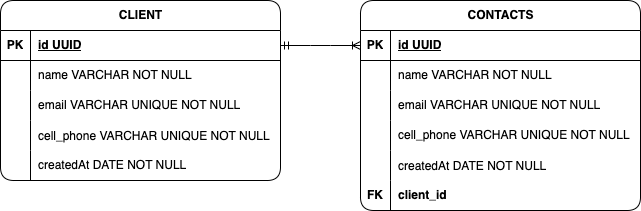
Winniebran/client-contact-fullstack keeps this draw.io diagram as back-end/diagrams.png. Above is the earlier version. Source tidied: cells renumbered, new cells last; positions are measured from the earlier drawing's top-left corner, leaving out a move shared by most shapes.
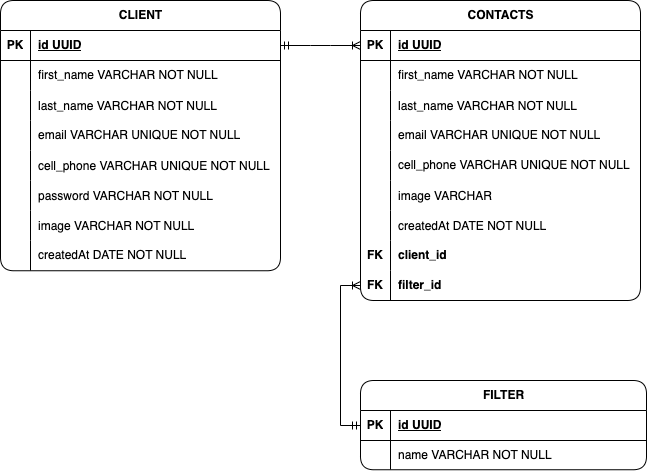
The same file after the commit.

Commit message:
feat: add new elements to the diagram

Diff of the diagram source:
```diff
@@ -3,7 +3,7 @@
     <mxCell id="0" />
     <mxCell id="1" parent="0" />
     <mxCell id="2" value="CLIENT" style="shape=table;startSize=30;rowLines=0;fontStyle=1;align=center;html=1;rounded=1;" parent="1" vertex="1">
-      <mxGeometry width="280" height="180" as="geometry" />
+      <mxGeometry width="280" height="270.2" as="geometry" />
     </mxCell>
     <mxCell id="3" style="shape=tableRow;horizontal=0;startSize=0;swimlaneHead=0;swimlaneBody=0;fillColor=none;points=[[0,0.5],[1,0.5]];portConstraint=eastwest;top=0;left=0;right=0;bottom=1;" parent="2" vertex="1">
       <mxGeometry y="30" width="280" height="30" as="geometry" />
@@ -20,11 +20,20 @@
     <mxCell id="7" style="shape=partialRectangle;fillColor=none;top=0;left=0;bottom=0;right=0;overflow=hidden;whiteSpace=wrap;html=1;" parent="6" vertex="1">
       <mxGeometry width="30" height="30" as="geometry" />
     </mxCell>
-    <mxCell id="8" value="name VARCHAR NOT NULL" style="shape=partialRectangle;fillColor=none;top=0;left=0;bottom=0;right=0;align=left;spacingLeft=6;overflow=hidden;whiteSpace=wrap;html=1;" parent="6" vertex="1">
+    <mxCell id="8" value="first_name VARCHAR NOT NULL" style="shape=partialRectangle;fillColor=none;top=0;left=0;bottom=0;right=0;align=left;spacingLeft=6;overflow=hidden;whiteSpace=wrap;html=1;" parent="6" vertex="1">
       <mxGeometry x="30" width="250" height="30" as="geometry" />
     </mxCell>
+    <mxCell id="38" style="shape=tableRow;horizontal=0;startSize=0;swimlaneHead=0;swimlaneBody=0;fillColor=none;top=0;left=0;right=0;bottom=0;" parent="2" vertex="1">
+      <mxGeometry y="90" width="280" height="30" as="geometry" />
+    </mxCell>
+    <mxCell id="39" style="shape=partialRectangle;fillColor=none;top=0;left=0;bottom=0;right=0;overflow=hidden;" parent="38" vertex="1">
+      <mxGeometry width="30" height="30" as="geometry" />
+    </mxCell>
+    <mxCell id="40" value="last_name VARCHAR NOT NULL" style="shape=partialRectangle;fillColor=none;top=0;left=0;bottom=0;right=0;align=left;spacingLeft=6;overflow=hidden;" parent="38" vertex="1">
+      <mxGeometry x="30" width="250" height="30" as="geometry" />
+    </mxCell>
     <mxCell id="9" style="shape=tableRow;horizontal=0;startSize=0;swimlaneHead=0;swimlaneBody=0;fillColor=none;top=0;left=0;right=0;bottom=0;" parent="2" vertex="1">
-      <mxGeometry y="90" width="280" height="30" as="geometry" />
+      <mxGeometry y="120" width="280" height="30" as="geometry" />
     </mxCell>
     <mxCell id="10" style="shape=partialRectangle;fillColor=none;top=0;left=0;bottom=0;right=0;overflow=hidden;whiteSpace=wrap;html=1;" parent="9" vertex="1">
       <mxGeometry width="30" height="30" as="geometry" />
@@ -33,7 +42,7 @@
       <mxGeometry x="30" width="250" height="30" as="geometry" />
     </mxCell>
     <mxCell id="12" style="shape=tableRow;horizontal=0;startSize=0;swimlaneHead=0;swimlaneBody=0;fillColor=none;top=0;left=0;right=0;bottom=0;" parent="2" vertex="1">
-      <mxGeometry y="120" width="280" height="30" as="geometry" />
+      <mxGeometry y="150" width="280" height="30" as="geometry" />
     </mxCell>
     <mxCell id="13" style="shape=partialRectangle;fillColor=none;top=0;left=0;bottom=0;right=0;overflow=hidden;" parent="12" vertex="1">
       <mxGeometry width="30" height="30" as="geometry" />
@@ -41,8 +50,26 @@
     <mxCell id="14" value="cell_phone VARCHAR UNIQUE NOT NULL" style="shape=partialRectangle;fillColor=none;top=0;left=0;bottom=0;right=0;align=left;spacingLeft=6;overflow=hidden;" parent="12" vertex="1">
       <mxGeometry x="30" width="250" height="30" as="geometry" />
     </mxCell>
+    <mxCell id="41" style="shape=tableRow;horizontal=0;startSize=0;swimlaneHead=0;swimlaneBody=0;fillColor=none;top=0;left=0;right=0;bottom=0;" parent="2" vertex="1">
+      <mxGeometry y="180" width="280" height="30" as="geometry" />
+    </mxCell>
+    <mxCell id="42" style="shape=partialRectangle;fillColor=none;top=0;left=0;bottom=0;right=0;overflow=hidden;" parent="41" vertex="1">
+      <mxGeometry width="30" height="30" as="geometry" />
+    </mxCell>
+    <mxCell id="43" value="password VARCHAR NOT NULL" style="shape=partialRectangle;fillColor=none;top=0;left=0;bottom=0;right=0;align=left;spacingLeft=6;overflow=hidden;" parent="41" vertex="1">
+      <mxGeometry x="30" width="250" height="30" as="geometry" />
+    </mxCell>
+    <mxCell id="44" style="shape=tableRow;horizontal=0;startSize=0;swimlaneHead=0;swimlaneBody=0;fillColor=none;top=0;left=0;right=0;bottom=0;" parent="2" vertex="1">
+      <mxGeometry y="210" width="280" height="30" as="geometry" />
+    </mxCell>
+    <mxCell id="45" style="shape=partialRectangle;fillColor=none;top=0;left=0;bottom=0;right=0;overflow=hidden;" parent="44" vertex="1">
+      <mxGeometry width="30" height="30" as="geometry" />
+    </mxCell>
+    <mxCell id="46" value="image VARCHAR NOT NULL" style="shape=partialRectangle;fillColor=none;top=0;left=0;bottom=0;right=0;align=left;spacingLeft=6;overflow=hidden;" parent="44" vertex="1">
+      <mxGeometry x="30" width="250" height="30" as="geometry" />
+    </mxCell>
     <mxCell id="15" style="shape=tableRow;horizontal=0;startSize=0;swimlaneHead=0;swimlaneBody=0;fillColor=none;top=0;left=0;right=0;bottom=0;" parent="2" vertex="1">
-      <mxGeometry y="150" width="280" height="30" as="geometry" />
+      <mxGeometry y="240" width="280" height="30" as="geometry" />
     </mxCell>
     <mxCell id="16" style="shape=partialRectangle;fillColor=none;top=0;left=0;bottom=0;right=0;overflow=hidden;whiteSpace=wrap;html=1;" parent="15" vertex="1">
       <mxGeometry width="30" height="30" as="geometry" />
@@ -51,7 +78,7 @@
       <mxGeometry x="30" width="250" height="30" as="geometry" />
     </mxCell>
     <mxCell id="18" value="CONTACTS" style="shape=table;startSize=30;rowLines=0;fontStyle=1;align=center;html=1;rounded=1;" parent="1" vertex="1">
-      <mxGeometry x="360" width="280" height="210" as="geometry" />
+      <mxGeometry x="360" width="280" height="300" as="geometry" />
     </mxCell>
     <mxCell id="19" style="shape=tableRow;horizontal=0;startSize=0;swimlaneHead=0;swimlaneBody=0;fillColor=none;points=[[0,0.5],[1,0.5]];portConstraint=eastwest;top=0;left=0;right=0;bottom=1;" parent="18" vertex="1">
       <mxGeometry y="30" width="280" height="30" as="geometry" />
@@ -68,11 +95,20 @@
     <mxCell id="23" style="shape=partialRectangle;fillColor=none;top=0;left=0;bottom=0;right=0;overflow=hidden;whiteSpace=wrap;html=1;" parent="22" vertex="1">
       <mxGeometry width="30" height="30" as="geometry" />
     </mxCell>
-    <mxCell id="24" value="name VARCHAR NOT NULL" style="shape=partialRectangle;fillColor=none;top=0;left=0;bottom=0;right=0;align=left;spacingLeft=6;overflow=hidden;whiteSpace=wrap;html=1;" parent="22" vertex="1">
+    <mxCell id="24" value="first_name VARCHAR NOT NULL" style="shape=partialRectangle;fillColor=none;top=0;left=0;bottom=0;right=0;align=left;spacingLeft=6;overflow=hidden;whiteSpace=wrap;html=1;" parent="22" vertex="1">
       <mxGeometry x="30" width="250" height="30" as="geometry" />
     </mxCell>
+    <mxCell id="47" style="shape=tableRow;horizontal=0;startSize=0;swimlaneHead=0;swimlaneBody=0;fillColor=none;top=0;left=0;right=0;bottom=0;" parent="18" vertex="1">
+      <mxGeometry y="90" width="280" height="30" as="geometry" />
+    </mxCell>
+    <mxCell id="48" style="shape=partialRectangle;fillColor=none;top=0;left=0;bottom=0;right=0;overflow=hidden;" parent="47" vertex="1">
+      <mxGeometry width="30" height="30" as="geometry" />
+    </mxCell>
+    <mxCell id="49" value="last_name VARCHAR NOT NULL" style="shape=partialRectangle;fillColor=none;top=0;left=0;bottom=0;right=0;align=left;spacingLeft=6;overflow=hidden;" parent="47" vertex="1">
+      <mxGeometry x="30" width="250" height="30" as="geometry" />
+    </mxCell>
     <mxCell id="25" style="shape=tableRow;horizontal=0;startSize=0;swimlaneHead=0;swimlaneBody=0;fillColor=none;top=0;left=0;right=0;bottom=0;" parent="18" vertex="1">
-      <mxGeometry y="90" width="280" height="30" as="geometry" />
+      <mxGeometry y="120" width="280" height="30" as="geometry" />
     </mxCell>
     <mxCell id="26" style="shape=partialRectangle;fillColor=none;top=0;left=0;bottom=0;right=0;overflow=hidden;whiteSpace=wrap;html=1;" parent="25" vertex="1">
       <mxGeometry width="30" height="30" as="geometry" />
@@ -81,7 +117,7 @@
       <mxGeometry x="30" width="250" height="30" as="geometry" />
     </mxCell>
     <mxCell id="28" style="shape=tableRow;horizontal=0;startSize=0;swimlaneHead=0;swimlaneBody=0;fillColor=none;top=0;left=0;right=0;bottom=0;" parent="18" vertex="1">
-      <mxGeometry y="120" width="280" height="30" as="geometry" />
+      <mxGeometry y="150" width="280" height="30" as="geometry" />
     </mxCell>
     <mxCell id="29" style="shape=partialRectangle;fillColor=none;top=0;left=0;bottom=0;right=0;overflow=hidden;whiteSpace=wrap;html=1;" parent="28" vertex="1">
       <mxGeometry width="30" height="30" as="geometry" />
@@ -89,8 +125,17 @@
     <mxCell id="30" value="cell_phone&amp;nbsp;VARCHAR UNIQUE NOT NULL" style="shape=partialRectangle;fillColor=none;top=0;left=0;bottom=0;right=0;align=left;spacingLeft=6;overflow=hidden;whiteSpace=wrap;html=1;" parent="28" vertex="1">
       <mxGeometry x="30" width="250" height="30" as="geometry" />
     </mxCell>
+    <mxCell id="50" style="shape=tableRow;horizontal=0;startSize=0;swimlaneHead=0;swimlaneBody=0;fillColor=none;top=0;left=0;right=0;bottom=0;" parent="18" vertex="1">
+      <mxGeometry y="180" width="280" height="30" as="geometry" />
+    </mxCell>
+    <mxCell id="51" style="shape=partialRectangle;fillColor=none;top=0;left=0;bottom=0;right=0;overflow=hidden;" parent="50" vertex="1">
+      <mxGeometry width="30" height="30" as="geometry" />
+    </mxCell>
+    <mxCell id="52" value="image VARCHAR " style="shape=partialRectangle;fillColor=none;top=0;left=0;bottom=0;right=0;align=left;spacingLeft=6;overflow=hidden;" parent="50" vertex="1">
+      <mxGeometry x="30" width="250" height="30" as="geometry" />
+    </mxCell>
     <mxCell id="31" style="shape=tableRow;horizontal=0;startSize=0;swimlaneHead=0;swimlaneBody=0;fillColor=none;top=0;left=0;right=0;bottom=0;" parent="18" vertex="1">
-      <mxGeometry y="150" width="280" height="30" as="geometry" />
+      <mxGeometry y="210" width="280" height="30" as="geometry" />
     </mxCell>
     <mxCell id="32" style="shape=partialRectangle;fillColor=none;top=0;left=0;bottom=0;right=0;overflow=hidden;" parent="31" vertex="1">
       <mxGeometry width="30" height="30" as="geometry" />
@@ -99,7 +144,7 @@
       <mxGeometry x="30" width="250" height="30" as="geometry" />
     </mxCell>
     <mxCell id="34" style="shape=tableRow;horizontal=0;startSize=0;swimlaneHead=0;swimlaneBody=0;fillColor=none;top=0;left=0;right=0;bottom=0;" parent="18" vertex="1">
-      <mxGeometry y="180" width="280" height="30" as="geometry" />
+      <mxGeometry y="240" width="280" height="30" as="geometry" />
     </mxCell>
     <mxCell id="35" value="&lt;b&gt;FK&lt;/b&gt;" style="shape=partialRectangle;fillColor=none;top=0;left=0;bottom=0;right=0;fontStyle=0;overflow=hidden;whiteSpace=wrap;html=1;" parent="34" vertex="1">
       <mxGeometry width="30" height="30" as="geometry" />
@@ -107,8 +152,46 @@
     <mxCell id="36" value="&lt;b&gt;client_id&lt;/b&gt;" style="shape=partialRectangle;fillColor=none;top=0;left=0;bottom=0;right=0;align=left;spacingLeft=6;fontStyle=0;overflow=hidden;whiteSpace=wrap;html=1;" parent="34" vertex="1">
       <mxGeometry x="30" width="250" height="30" as="geometry" />
     </mxCell>
+    <mxCell id="53" style="shape=tableRow;horizontal=0;startSize=0;swimlaneHead=0;swimlaneBody=0;fillColor=none;points=[[0,0.5],[1,0.5]];portConstraint=eastwest;top=0;left=0;right=0;bottom=0;" parent="18" vertex="1">
+      <mxGeometry y="270" width="280" height="30" as="geometry" />
+    </mxCell>
+    <mxCell id="54" value="FK" style="shape=partialRectangle;fillColor=none;top=0;left=0;bottom=0;right=0;fontStyle=1;overflow=hidden;whiteSpace=wrap;html=1;" parent="53" vertex="1">
+      <mxGeometry width="30" height="30" as="geometry" />
+    </mxCell>
+    <mxCell id="55" value="filter_id" style="shape=partialRectangle;fillColor=none;top=0;left=0;bottom=0;right=0;align=left;spacingLeft=6;fontStyle=1;overflow=hidden;whiteSpace=wrap;html=1;" parent="53" vertex="1">
+      <mxGeometry x="30" width="250" height="30" as="geometry" />
+    </mxCell>
     <mxCell id="37" style="edgeStyle=entityRelationEdgeStyle;fontSize=12;html=1;endArrow=ERoneToMany;startArrow=ERmandOne;rounded=0;exitX=1;exitY=0.5;exitDx=0;exitDy=0;entryX=0;entryY=0.5;entryDx=0;entryDy=0;" parent="1" edge="1" source="3" target="19">
       <mxGeometry relative="1" as="geometry" />
     </mxCell>
+    <mxCell id="56" value="FILTER" style="shape=table;startSize=30;rowLines=0;fontStyle=1;align=center;html=1;rounded=1;" parent="1" vertex="1">
+      <mxGeometry x="360" y="380" width="286" height="89.2" as="geometry" />
+    </mxCell>
+    <mxCell id="57" style="shape=tableRow;horizontal=0;startSize=0;swimlaneHead=0;swimlaneBody=0;fillColor=none;points=[[0,0.5],[1,0.5]];portConstraint=eastwest;top=0;left=0;right=0;bottom=1;" parent="56" vertex="1">
+      <mxGeometry y="30" width="286" height="30" as="geometry" />
+    </mxCell>
+    <mxCell id="58" value="PK" style="shape=partialRectangle;fillColor=none;top=0;left=0;bottom=0;right=0;fontStyle=1;overflow=hidden;whiteSpace=wrap;html=1;" parent="57" vertex="1">
+      <mxGeometry width="30" height="30" as="geometry" />
+    </mxCell>
+    <mxCell id="59" value="id UUID" style="shape=partialRectangle;fillColor=none;top=0;left=0;bottom=0;right=0;align=left;spacingLeft=6;fontStyle=5;overflow=hidden;whiteSpace=wrap;html=1;" parent="57" vertex="1">
+      <mxGeometry x="30" width="256" height="30" as="geometry" />
+    </mxCell>
+    <mxCell id="60" style="shape=tableRow;horizontal=0;startSize=0;swimlaneHead=0;swimlaneBody=0;fillColor=none;top=0;left=0;right=0;bottom=0;" parent="56" vertex="1">
+      <mxGeometry y="60" width="286" height="29" as="geometry" />
+    </mxCell>
+    <mxCell id="61" style="shape=partialRectangle;fillColor=none;top=0;left=0;bottom=0;right=0;overflow=hidden;whiteSpace=wrap;html=1;" parent="60" vertex="1">
+      <mxGeometry width="30" height="29" as="geometry" />
+    </mxCell>
+    <mxCell id="62" value="name VARCHAR NOT NULL" style="shape=partialRectangle;fillColor=none;top=0;left=0;bottom=0;right=0;align=left;spacingLeft=6;overflow=hidden;whiteSpace=wrap;html=1;" parent="60" vertex="1">
+      <mxGeometry x="30" width="256" height="29" as="geometry" />
+    </mxCell>
+    <mxCell id="63" style="edgeStyle=orthogonalEdgeStyle;fontSize=12;html=1;endArrow=ERoneToMany;startArrow=ERmandOne;rounded=0;entryX=0;entryY=0.5;entryDx=0;entryDy=0;exitX=0;exitY=0.5;exitDx=0;exitDy=0;" parent="1" edge="1" source="57" target="53">
+      <mxGeometry relative="1" as="geometry">
+        <Array as="points">
+          <mxPoint x="340" y="425" />
+          <mxPoint x="340" y="285" />
+        </Array>
+      </mxGeometry>
+    </mxCell>
   </root>
 </mxGraphModel>
```
